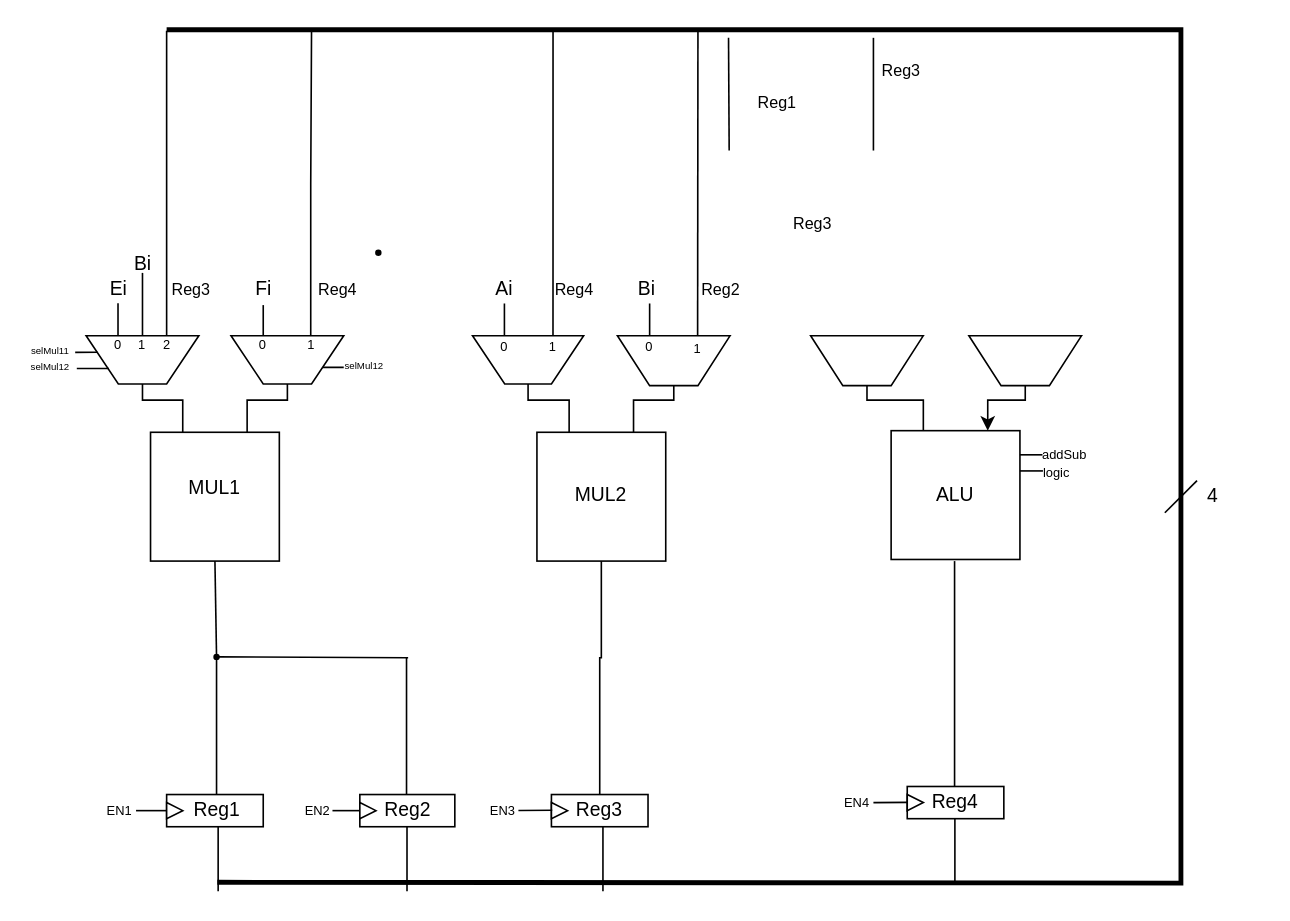
Before: Untitled Diagram.drawio in FranciscoPRosa/NEEC_test, a draw.io diagram. Source tidied: cells renumbered, new cells numbered last; positions are measured from the earlier drawing's top-left corner, leaving out a move shared by most shapes. Both pictures are drawn from the tidied source at 161%, with x=0, y=0 at pixel (26, 29).
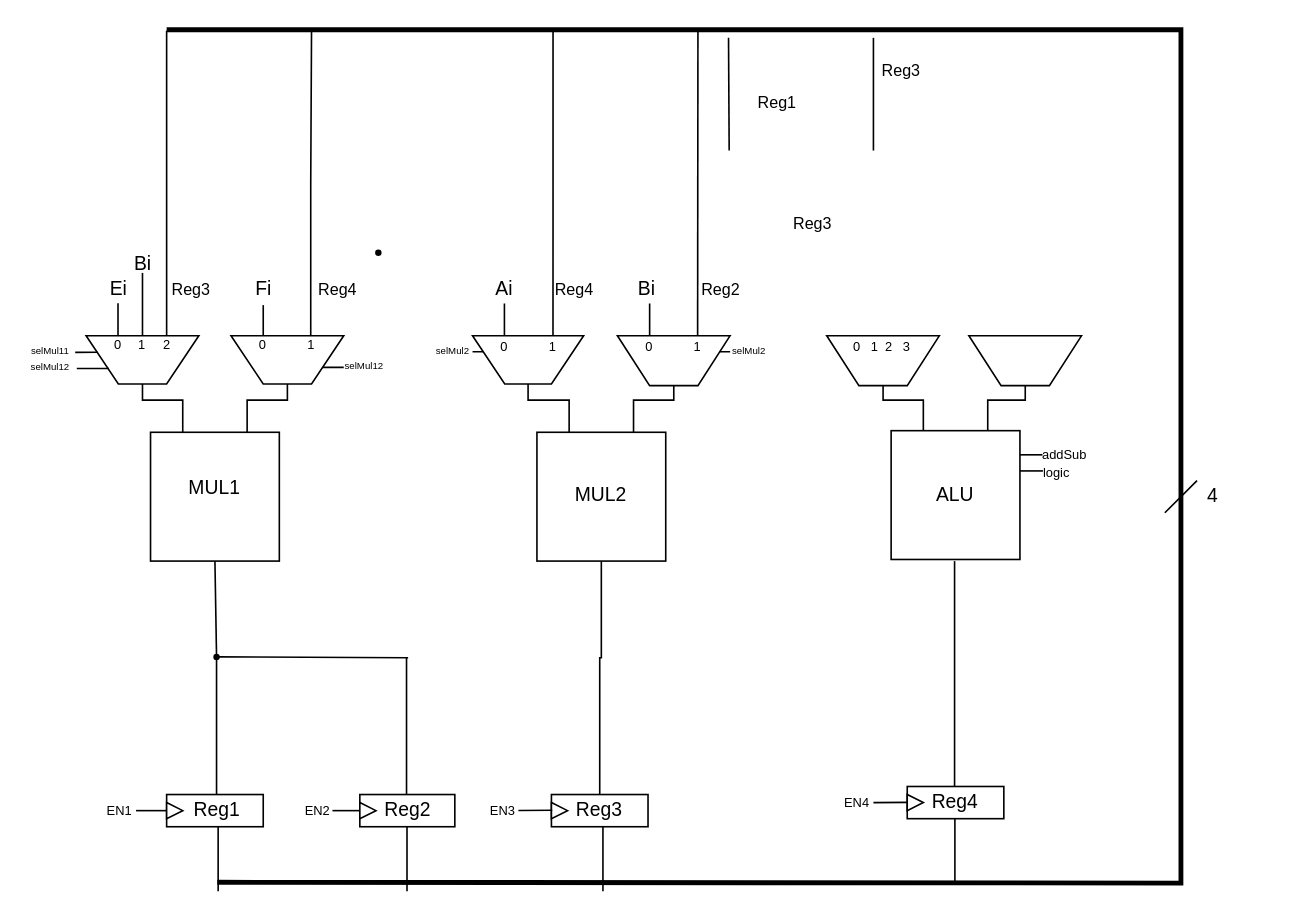
Above is the later version.

Unchanged cells that the change refers to:
```xml
<mxCell id="13" style="whiteSpace=wrap;html=1;" parent="1" vertex="1">
  <mxGeometry x="537" y="249" width="80" height="80" as="geometry" />
</mxCell>
<mxCell id="81" style="shape=trapezoid;perimeter=trapezoidPerimeter;whiteSpace=wrap;html=1;fixedSize=1;direction=west;" parent="1" vertex="1">
  <mxGeometry x="277" y="190" width="69" height="30" as="geometry" />
</mxCell>
<mxCell id="83" style="shape=trapezoid;perimeter=trapezoidPerimeter;whiteSpace=wrap;html=1;fixedSize=1;direction=west;" parent="1" vertex="1">
  <mxGeometry x="367" y="190" width="70" height="31" as="geometry" />
</mxCell>
<mxCell id="97" style="shape=trapezoid;perimeter=trapezoidPerimeter;whiteSpace=wrap;html=1;fixedSize=1;direction=west;" parent="1" vertex="1">
  <mxGeometry x="585.3" y="190" width="70" height="31" as="geometry" />
</mxCell>
```

What changed in the source:
```diff
@@
     <mxCell id="88" value="&lt;font style=&quot;font-size: 8px;&quot;&gt;1&lt;/font&gt;" style="text;html=1;align=center;verticalAlign=middle;whiteSpace=wrap;rounded=0;" parent="1" vertex="1">
-      <mxGeometry x="406.8" y="192" width="20" height="10" as="geometry" />
+      <mxGeometry x="406.8" y="191" width="20" height="10" as="geometry" />
     </mxCell>
@@
     <mxCell id="94" style="edgeStyle=orthogonalEdgeStyle;rounded=0;jettySize=auto;html=1;entryX=0.25;entryY=0;entryDx=0;entryDy=0;endArrow=none;endFill=0;" parent="1" edge="1" source="95" target="13">
       <mxGeometry relative="1" as="geometry">
         <Array as="points">
-          <mxPoint x="522" y="230" />
+          <mxPoint x="532" y="230" />
           <mxPoint x="557" y="230" />
         </Array>
       </mxGeometry>
     </mxCell>
     <mxCell id="95" style="shape=trapezoid;perimeter=trapezoidPerimeter;whiteSpace=wrap;html=1;fixedSize=1;direction=west;" parent="1" vertex="1">
-      <mxGeometry x="487" y="190" width="70" height="31" as="geometry" />
+      <mxGeometry x="497" y="190" width="70" height="31" as="geometry" />
     </mxCell>
-    <mxCell id="96" style="edgeStyle=orthogonalEdgeStyle;rounded=0;jettySize=auto;html=1;entryX=0.75;entryY=0;entryDx=0;entryDy=0;" parent="1" edge="1" source="97" target="13">
+    <mxCell id="96" style="edgeStyle=orthogonalEdgeStyle;rounded=0;jettySize=auto;html=1;entryX=0.75;entryY=0;entryDx=0;entryDy=0;endArrow=none;endFill=0;" parent="1" edge="1" source="97" target="13">
       <mxGeometry relative="1" as="geometry">
         <Array as="points">
           <mxPoint x="620" y="230" />
           <mxPoint x="597" y="230" />
         </Array>
       </mxGeometry>
     </mxCell>
@@
+    <mxCell id="98" value="&lt;font style=&quot;font-size: 8px;&quot;&gt;1&lt;/font&gt;" style="text;html=1;align=center;verticalAlign=middle;whiteSpace=wrap;rounded=0;" parent="1" vertex="1">
+      <mxGeometry x="517" y="191" width="20" height="10" as="geometry" />
+    </mxCell>
+    <mxCell id="99" value="&lt;font style=&quot;font-size: 8px;&quot;&gt;0&lt;/font&gt;" style="text;html=1;align=center;verticalAlign=middle;whiteSpace=wrap;rounded=0;" parent="1" vertex="1">
+      <mxGeometry x="506" y="191" width="20" height="10" as="geometry" />
+    </mxCell>
+    <mxCell id="100" value="&lt;font style=&quot;font-size: 8px;&quot;&gt;3&lt;/font&gt;" style="text;html=1;align=center;verticalAlign=middle;whiteSpace=wrap;rounded=0;" parent="1" vertex="1">
+      <mxGeometry x="537" y="191" width="20" height="10" as="geometry" />
+    </mxCell>
+    <mxCell id="101" value="2" style="text;html=1;align=center;verticalAlign=middle;whiteSpace=wrap;rounded=0;fontSize=8;" parent="1" vertex="1">
+      <mxGeometry x="526" y="192" width="20" height="10" as="geometry" />
+    </mxCell>
+    <mxCell id="102" value="selMul2" style="text;html=1;align=center;verticalAlign=middle;whiteSpace=wrap;rounded=0;fontSize=6;" parent="1" vertex="1">
+      <mxGeometry x="250" y="195.4" width="30" height="10" as="geometry" />
+    </mxCell>
+    <mxCell id="103" style="endArrow=none;html=1;rounded=0;entryX=0.906;entryY=0.667;entryDx=0;entryDy=0;entryPerimeter=0;" parent="1" edge="1" target="81">
+      <mxGeometry relative="1" as="geometry">
+        <mxPoint x="277" y="200" as="sourcePoint" />
+      </mxGeometry>
+    </mxCell>
+    <mxCell id="104" value="selMul2" style="text;html=1;align=center;verticalAlign=middle;whiteSpace=wrap;rounded=0;fontSize=6;" parent="1" vertex="1">
+      <mxGeometry x="434" y="195.4" width="30" height="10" as="geometry" />
+    </mxCell>
+    <mxCell id="105" style="endArrow=none;html=1;rounded=0;entryX=0.906;entryY=0.667;entryDx=0;entryDy=0;entryPerimeter=0;exitX=0.095;exitY=0.679;exitDx=0;exitDy=0;exitPerimeter=0;" parent="1" edge="1" source="83">
+      <mxGeometry relative="1" as="geometry">
+        <mxPoint x="437" y="200" as="targetPoint" />
+      </mxGeometry>
+    </mxCell>
```
